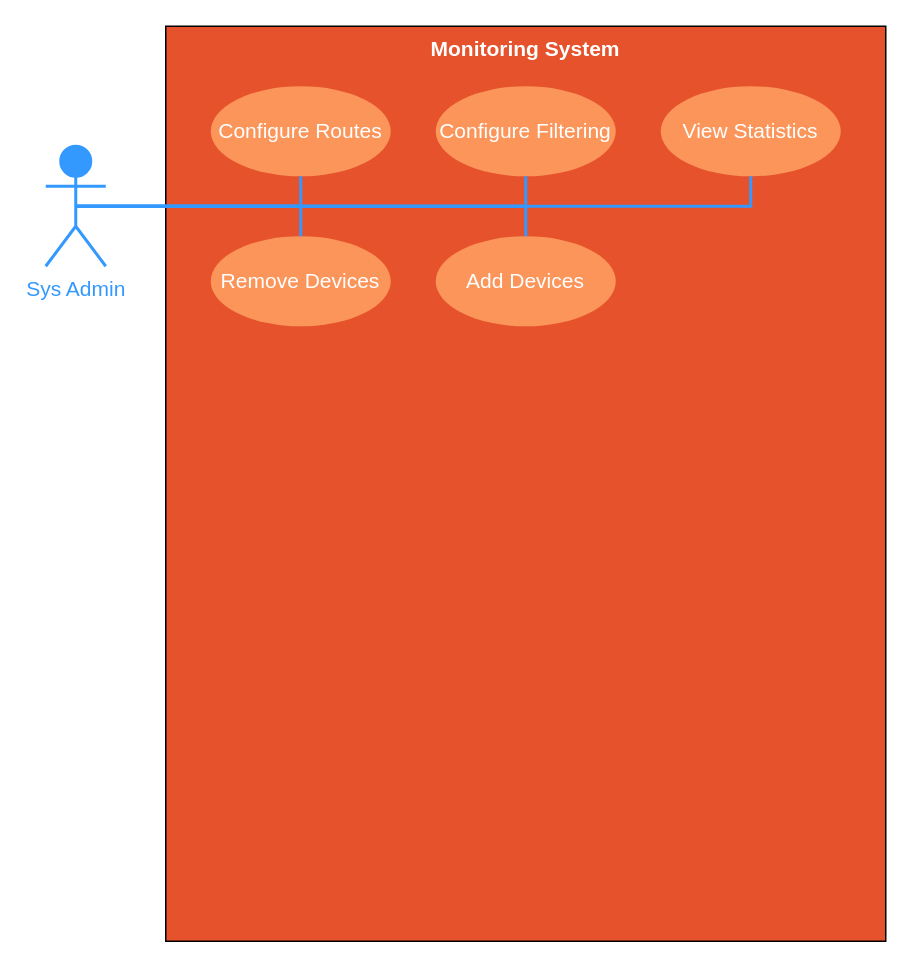
Earlier version of the draw.io diagram page "Use Cases" (3 of 3) of documentation/diagrams/diagram-models.drawio (detiuaveiro/PECI-05-2022-23). Source tidied: cells renumbered, new cells numbered last; positions are measured from the earlier drawing's top-left corner, leaving out a move shared by most shapes. Both pictures are drawn from the tidied source at 150%, with x=0, y=0 at pixel (45, 26).
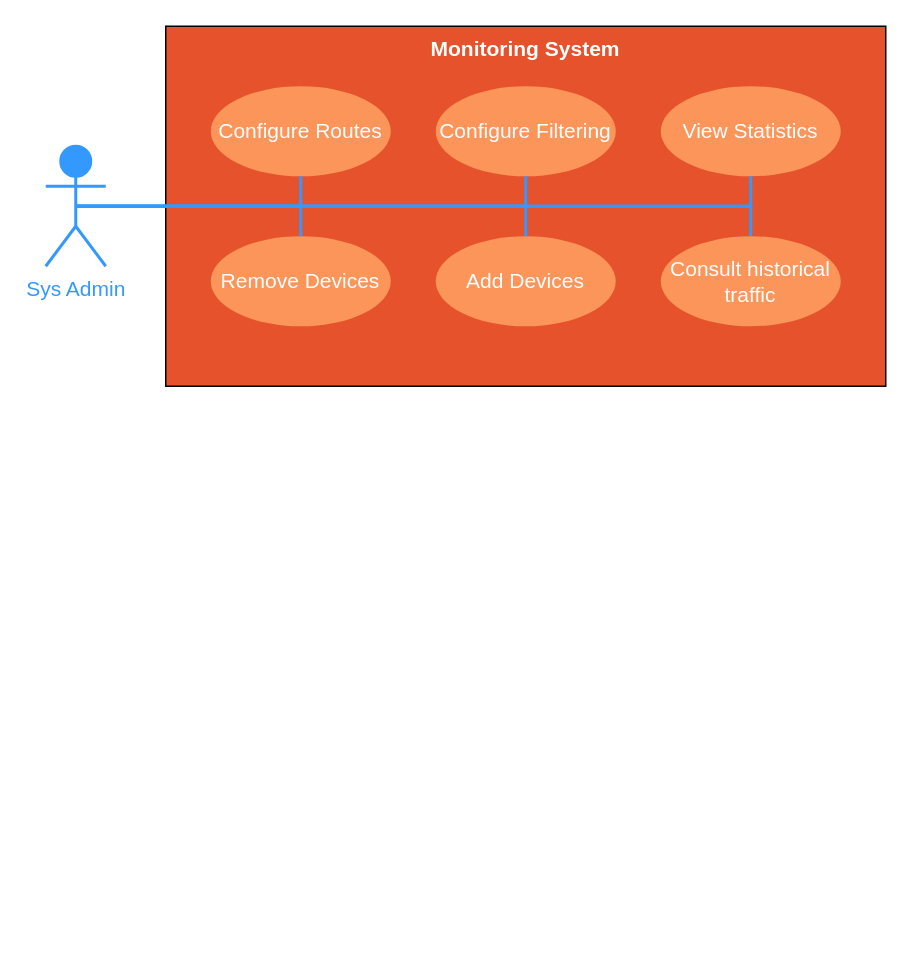
The same page after the edit.

Commit message (it also covers changes not shown here):
Update Use Case diagram

Unchanged cells that the change refers to:
```xml
<mxCell id="13" value="&lt;font color=&quot;#3399ff&quot;&gt;Sys Admin&lt;/font&gt;" style="shape=umlActor;verticalLabelPosition=bottom;verticalAlign=top;html=1;outlineConnect=0;fontSize=14;fontColor=#FFFFFF;fillColor=#3399FF;strokeColor=#3399FF;strokeWidth=2;" parent="1" vertex="1">
  <mxGeometry y="80" width="40" height="80" as="geometry" />
</mxCell>
```

What changed in the source:
```diff
@@
     <mxCell id="2" value="&lt;font style=&quot;font-size: 14px;&quot;&gt;&lt;b&gt;Monitoring System&lt;/b&gt;&lt;/font&gt;" style="whiteSpace=wrap;html=1;verticalAlign=top;fontSize=14;fillColor=#E6522C;fontColor=#FFFFFF;" parent="1" vertex="1">
-      <mxGeometry x="80" width="480" height="610" as="geometry" />
+      <mxGeometry x="80" width="480" height="240" as="geometry" />
     </mxCell>
@@
+    <mxCell id="14" style="edgeStyle=orthogonalEdgeStyle;rounded=0;jettySize=auto;html=1;exitX=0.5;exitY=0.5;exitDx=0;exitDy=0;exitPerimeter=0;entryX=0.5;entryY=0;entryDx=0;entryDy=0;strokeColor=#3399FF;strokeWidth=2;fontSize=14;fontColor=#3399FF;endArrow=none;endFill=0;" parent="1" edge="1" source="13" target="15">
+      <mxGeometry relative="1" as="geometry" />
+    </mxCell>
@@
+    <mxCell id="15" value="Consult historical traffic" style="ellipse;whiteSpace=wrap;html=1;fontSize=14;fontColor=#FFFFFF;fillColor=#FB955A;strokeColor=none;" parent="1" vertex="1">
+      <mxGeometry x="410" y="140" width="120" height="60" as="geometry" />
+    </mxCell>
```
